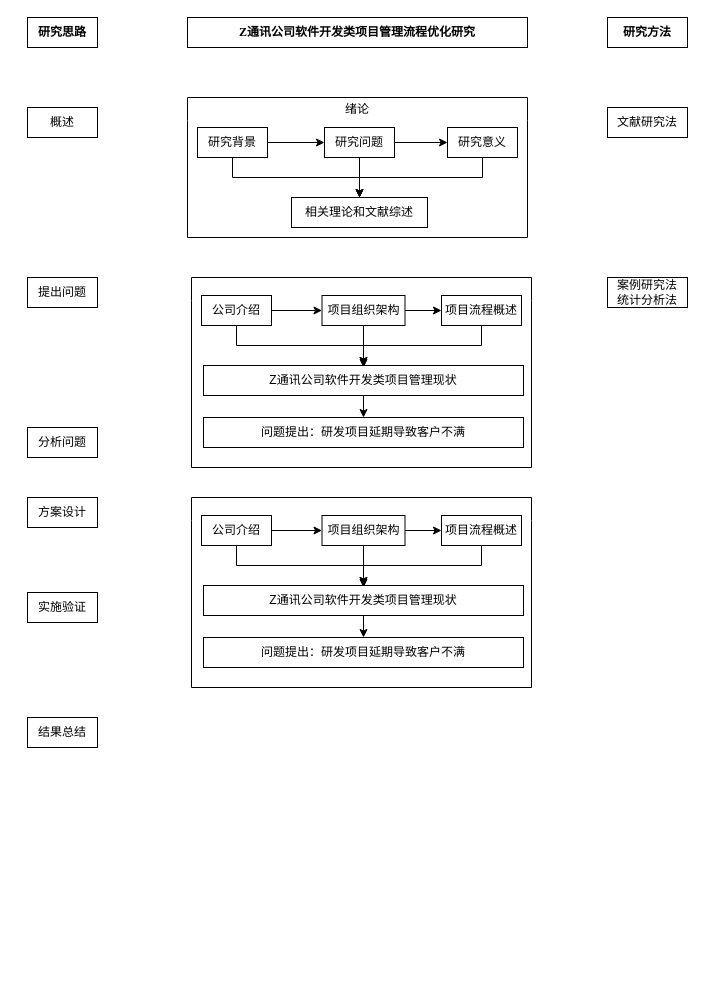
The draw.io diagram 技术路线图.drawio in zhengt666/homework, before the edit. Source tidied: cells renumbered, new cells numbered last; positions are measured from the earlier drawing's top-left corner, leaving out a move shared by most shapes. Both pictures are drawn from the tidied source at 100%, with x=0, y=0 at pixel (27, 17).
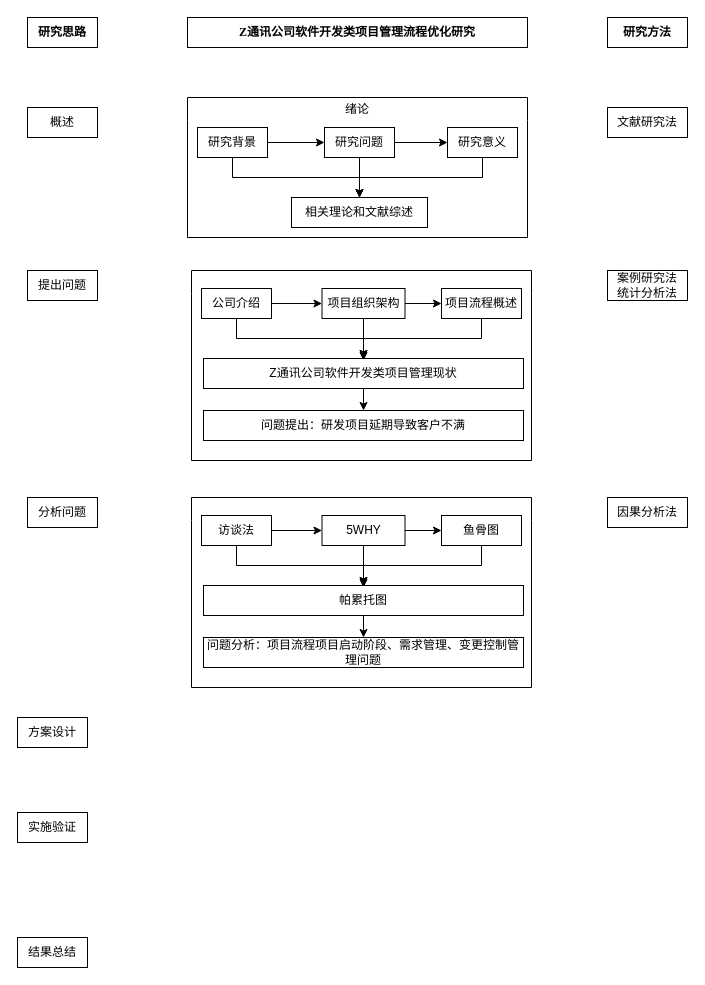
The same page after the edit.

Commit message:
更新技术路线图.drawio

Unchanged cells that the change refers to:
```xml
<mxCell id="35" style="swimlane;whiteSpace=wrap;html=1;startSize=23;backgroundOutline=0;fixedHeader=0;fillColor=none;swimlaneLine=0;" parent="1" vertex="1">
  <mxGeometry x="164" y="480" width="340" height="190" as="geometry" />
</mxCell>
```

What changed in the source:
```diff
@@
     <mxCell id="7" value="提出问题" style="rounded=0;whiteSpace=wrap;html=1;" parent="1" vertex="1">
-      <mxGeometry y="260" width="70" height="30" as="geometry" />
+      <mxGeometry y="253" width="70" height="30" as="geometry" />
     </mxCell>
     <mxCell id="8" value="分析问题" style="rounded=0;whiteSpace=wrap;html=1;" parent="1" vertex="1">
-      <mxGeometry y="410" width="70" height="30" as="geometry" />
+      <mxGeometry y="480" width="70" height="30" as="geometry" />
     </mxCell>
     <mxCell id="9" value="实施验证" style="rounded=0;whiteSpace=wrap;html=1;" parent="1" vertex="1">
-      <mxGeometry y="575" width="70" height="30" as="geometry" />
+      <mxGeometry x="-10" y="795" width="70" height="30" as="geometry" />
     </mxCell>
     <mxCell id="10" value="结果总结" style="rounded=0;whiteSpace=wrap;html=1;" parent="1" vertex="1">
-      <mxGeometry y="700" width="70" height="30" as="geometry" />
+      <mxGeometry x="-10" y="920" width="70" height="30" as="geometry" />
     </mxCell>
@@
     <mxCell id="21" value="方案设计" style="rounded=0;whiteSpace=wrap;html=1;" parent="1" vertex="1">
-      <mxGeometry y="480" width="70" height="30" as="geometry" />
+      <mxGeometry x="-10" y="700" width="70" height="30" as="geometry" />
     </mxCell>
     <mxCell id="22" value="案例研究法&lt;div&gt;统计分析法&lt;/div&gt;" style="rounded=0;whiteSpace=wrap;html=1;" parent="1" vertex="1">
-      <mxGeometry x="580" y="260" width="80" height="30" as="geometry" />
+      <mxGeometry x="580" y="253" width="80" height="30" as="geometry" />
     </mxCell>
     <mxCell id="23" style="swimlane;whiteSpace=wrap;html=1;startSize=23;backgroundOutline=0;fixedHeader=0;fillColor=none;swimlaneLine=0;" parent="1" vertex="1">
-      <mxGeometry x="164" y="260" width="340" height="190" as="geometry" />
+      <mxGeometry x="164" y="253" width="340" height="190" as="geometry" />
     </mxCell>
@@
-    <mxCell id="38" value="公司介绍" style="rounded=0;whiteSpace=wrap;html=1;" parent="35" vertex="1">
+    <mxCell id="38" value="访谈法" style="rounded=0;whiteSpace=wrap;html=1;" parent="35" vertex="1">
       <mxGeometry x="10" y="18" width="70" height="30" as="geometry" />
     </mxCell>
@@
-    <mxCell id="41" value="项目组织架构" style="rounded=0;whiteSpace=wrap;html=1;" parent="35" vertex="1">
+    <mxCell id="41" value="5WHY" style="rounded=0;whiteSpace=wrap;html=1;" parent="35" vertex="1">
       <mxGeometry x="130.5" y="18" width="83" height="30" as="geometry" />
     </mxCell>
@@
-    <mxCell id="43" value="项目流程概述" style="rounded=0;whiteSpace=wrap;html=1;" parent="35" vertex="1">
+    <mxCell id="43" value="鱼骨图" style="rounded=0;whiteSpace=wrap;html=1;" parent="35" vertex="1">
       <mxGeometry x="250" y="18" width="80" height="30" as="geometry" />
     </mxCell>
@@
-    <mxCell id="45" value="Z通讯公司软件开发类项目管理现状" style="rounded=0;whiteSpace=wrap;html=1;" parent="35" vertex="1">
+    <mxCell id="45" value="帕累托图" style="rounded=0;whiteSpace=wrap;html=1;" parent="35" vertex="1">
       <mxGeometry x="12" y="88" width="320" height="30" as="geometry" />
     </mxCell>
-    <mxCell id="46" value="问题提出：研发项目延期导致客户不满" style="rounded=0;whiteSpace=wrap;html=1;" parent="35" vertex="1">
+    <mxCell id="46" value="问题分析：项目流程项目启动阶段、需求管理、变更控制管理问题" style="rounded=0;whiteSpace=wrap;html=1;" parent="35" vertex="1">
       <mxGeometry x="12" y="140" width="320" height="30" as="geometry" />
     </mxCell>
+    <mxCell id="47" value="因果分析法" style="rounded=0;whiteSpace=wrap;html=1;" parent="1" vertex="1">
+      <mxGeometry x="580" y="480" width="80" height="30" as="geometry" />
+    </mxCell>
```
